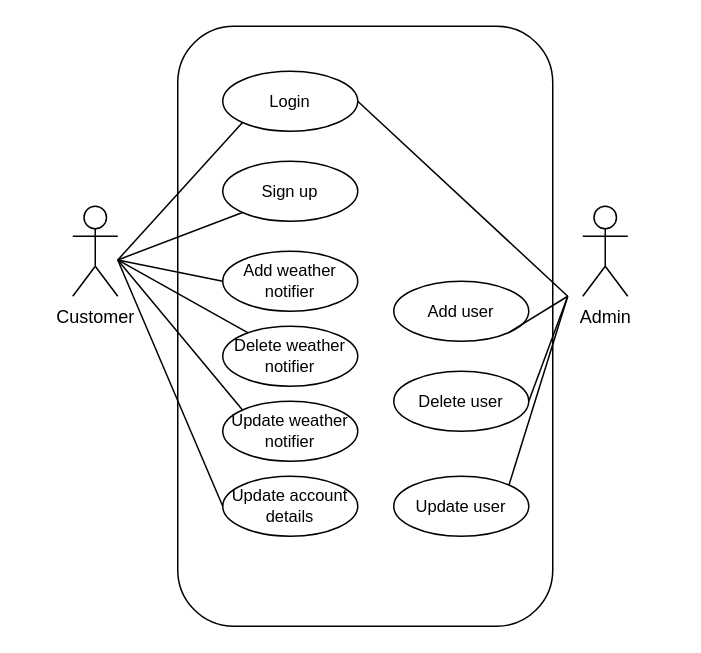
Earlier version of the draw.io diagram doc/use-case-diagram.drawio (WeatherAlertingSystem/WeatherAlerting-Backend). Source tidied: cells renumbered, new cells numbered last; positions are measured from the earlier drawing's top-left corner, leaving out a move shared by most shapes. Both pictures are drawn from the tidied source at 150%, with x=0, y=0 at pixel (72, 26).
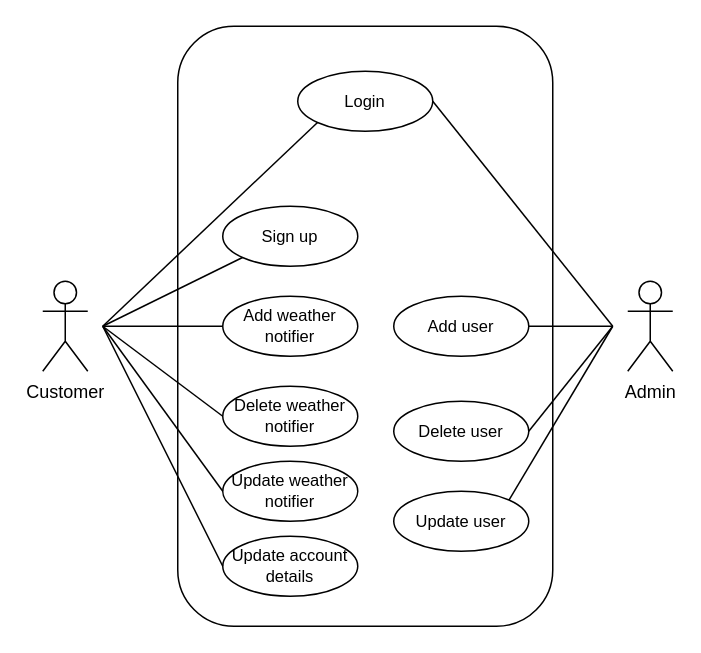
After the change.

Change to the diagram source:
```diff
@@
-    <mxCell id="2" value="Admin" style="shape=umlActor;verticalLabelPosition=bottom;verticalAlign=top;html=1;" parent="1" vertex="1">
-      <mxGeometry x="340" y="120" width="30" height="60" as="geometry" />
+    <mxCell id="2" value="Admin" style="shape=umlActor;verticalLabelPosition=bottom;verticalAlign=top;html=1;fillColor=none;" parent="1" vertex="1">
+      <mxGeometry x="370" y="170" width="30" height="60" as="geometry" />
     </mxCell>
-    <mxCell id="3" value="Customer" style="shape=umlActor;verticalLabelPosition=bottom;verticalAlign=top;html=1;" parent="1" vertex="1">
-      <mxGeometry y="120" width="30" height="60" as="geometry" />
+    <mxCell id="3" value="Customer" style="shape=umlActor;verticalLabelPosition=bottom;verticalAlign=top;html=1;gradientColor=none;fillColor=none;" parent="1" vertex="1">
+      <mxGeometry x="-20" y="170" width="30" height="60" as="geometry" />
     </mxCell>
@@
     <mxCell id="5" value="Login" style="ellipse;whiteSpace=wrap;html=1;fillColor=none;fontSize=11;" parent="1" vertex="1">
-      <mxGeometry x="100" y="30" width="90" height="40" as="geometry" />
+      <mxGeometry x="150" y="30" width="90" height="40" as="geometry" />
     </mxCell>
     <mxCell id="6" value="Sign up" style="ellipse;whiteSpace=wrap;html=1;fillColor=none;fontSize=11;" parent="1" vertex="1">
-      <mxGeometry x="100" y="90" width="90" height="40" as="geometry" />
+      <mxGeometry x="100" y="120" width="90" height="40" as="geometry" />
     </mxCell>
     <mxCell id="7" value="Add weather notifier" style="ellipse;whiteSpace=wrap;html=1;fillColor=none;fontSize=11;" parent="1" vertex="1">
-      <mxGeometry x="100" y="150" width="90" height="40" as="geometry" />
+      <mxGeometry x="100" y="180" width="90" height="40" as="geometry" />
     </mxCell>
     <mxCell id="8" value="Delete weather notifier" style="ellipse;whiteSpace=wrap;html=1;fillColor=none;fontSize=11;" parent="1" vertex="1">
-      <mxGeometry x="100" y="200" width="90" height="40" as="geometry" />
+      <mxGeometry x="100" y="240" width="90" height="40" as="geometry" />
     </mxCell>
     <mxCell id="9" value="Update weather notifier" style="ellipse;whiteSpace=wrap;html=1;fillColor=none;fontSize=11;" parent="1" vertex="1">
-      <mxGeometry x="100" y="250" width="90" height="40" as="geometry" />
+      <mxGeometry x="100" y="290" width="90" height="40" as="geometry" />
     </mxCell>
     <mxCell id="10" value="Add user" style="ellipse;whiteSpace=wrap;html=1;fillColor=none;fontSize=11;" parent="1" vertex="1">
-      <mxGeometry x="214" y="170" width="90" height="40" as="geometry" />
+      <mxGeometry x="214" y="180" width="90" height="40" as="geometry" />
     </mxCell>
     <mxCell id="11" value="Delete user" style="ellipse;whiteSpace=wrap;html=1;fillColor=none;fontSize=11;" parent="1" vertex="1">
-      <mxGeometry x="214" y="230" width="90" height="40" as="geometry" />
+      <mxGeometry x="214" y="250" width="90" height="40" as="geometry" />
     </mxCell>
     <mxCell id="12" value="Update user" style="ellipse;whiteSpace=wrap;html=1;fillColor=none;fontSize=11;" parent="1" vertex="1">
-      <mxGeometry x="214" y="300" width="90" height="40" as="geometry" />
+      <mxGeometry x="214" y="310" width="90" height="40" as="geometry" />
     </mxCell>
     <mxCell id="13" value="Update account details" style="ellipse;whiteSpace=wrap;html=1;fillColor=none;fontSize=11;" parent="1" vertex="1">
-      <mxGeometry x="100" y="300" width="90" height="40" as="geometry" />
+      <mxGeometry x="100" y="340" width="90" height="40" as="geometry" />
     </mxCell>
-    <mxCell id="14" style="endArrow=none;html=1;rounded=0;exitX=1;exitY=1;exitDx=0;exitDy=0;" parent="1" edge="1" source="10">
+    <mxCell id="14" style="endArrow=none;html=1;rounded=0;exitX=1;exitY=0.5;exitDx=0;exitDy=0;" parent="1" edge="1" source="10">
       <mxGeometry relative="1" as="geometry">
-        <mxPoint x="330" y="180" as="targetPoint" />
+        <mxPoint x="360" y="200" as="targetPoint" />
       </mxGeometry>
     </mxCell>
     <mxCell id="15" style="endArrow=none;html=1;rounded=0;exitX=1;exitY=0.5;exitDx=0;exitDy=0;" parent="1" edge="1" source="11">
       <mxGeometry relative="1" as="geometry">
-        <mxPoint x="330" y="180" as="targetPoint" />
+        <mxPoint x="360" y="200" as="targetPoint" />
       </mxGeometry>
     </mxCell>
     <mxCell id="16" style="endArrow=none;html=1;rounded=0;exitX=1;exitY=0;exitDx=0;exitDy=0;" parent="1" edge="1" source="12">
       <mxGeometry relative="1" as="geometry">
-        <mxPoint x="330" y="180" as="targetPoint" />
+        <mxPoint x="360" y="200" as="targetPoint" />
       </mxGeometry>
     </mxCell>
-    <mxCell id="17" style="endArrow=none;html=1;rounded=0;exitX=1;exitY=0;exitDx=0;exitDy=0;entryX=0;entryY=1;entryDx=0;entryDy=0;" parent="1" edge="1" target="5">
+    <mxCell id="17" style="endArrow=none;html=1;rounded=0;entryX=0;entryY=1;entryDx=0;entryDy=0;" parent="1" edge="1" target="5">
       <mxGeometry relative="1" as="geometry">
-        <mxPoint x="30" y="155.8" as="sourcePoint" />
+        <mxPoint x="20" y="200" as="sourcePoint" />
       </mxGeometry>
     </mxCell>
-    <mxCell id="18" style="endArrow=none;html=1;rounded=0;exitX=1;exitY=0;exitDx=0;exitDy=0;entryX=0;entryY=1;entryDx=0;entryDy=0;" parent="1" edge="1" target="6">
+    <mxCell id="18" style="endArrow=none;html=1;rounded=0;entryX=0;entryY=1;entryDx=0;entryDy=0;" parent="1" edge="1" target="6">
       <mxGeometry relative="1" as="geometry">
-        <mxPoint x="30" y="155.8" as="sourcePoint" />
+        <mxPoint x="20" y="200" as="sourcePoint" />
       </mxGeometry>
     </mxCell>
-    <mxCell id="19" style="endArrow=none;html=1;rounded=0;exitX=1;exitY=0;exitDx=0;exitDy=0;entryX=0;entryY=0.5;entryDx=0;entryDy=0;" parent="1" edge="1" target="7">
+    <mxCell id="19" style="endArrow=none;html=1;rounded=0;entryX=0;entryY=0.5;entryDx=0;entryDy=0;" parent="1" edge="1" target="7">
       <mxGeometry relative="1" as="geometry">
-        <mxPoint x="30" y="155.8" as="sourcePoint" />
+        <mxPoint x="20" y="200" as="sourcePoint" />
       </mxGeometry>
     </mxCell>
-    <mxCell id="20" style="endArrow=none;html=1;rounded=0;exitX=1;exitY=0;exitDx=0;exitDy=0;" parent="1" edge="1" target="8">
+    <mxCell id="20" style="endArrow=none;html=1;rounded=0;entryX=0;entryY=0.5;entryDx=0;entryDy=0;" parent="1" edge="1" target="8">
       <mxGeometry relative="1" as="geometry">
-        <mxPoint x="30" y="155.8" as="sourcePoint" />
+        <mxPoint x="20" y="200" as="sourcePoint" />
       </mxGeometry>
     </mxCell>
-    <mxCell id="21" style="endArrow=none;html=1;rounded=0;exitX=1;exitY=0;exitDx=0;exitDy=0;entryX=0;entryY=0;entryDx=0;entryDy=0;" parent="1" edge="1" target="9">
+    <mxCell id="21" style="endArrow=none;html=1;rounded=0;entryX=0;entryY=0.5;entryDx=0;entryDy=0;" parent="1" edge="1" target="9">
       <mxGeometry relative="1" as="geometry">
-        <mxPoint x="30" y="155.8" as="sourcePoint" />
+        <mxPoint x="20" y="200" as="sourcePoint" />
       </mxGeometry>
     </mxCell>
-    <mxCell id="22" style="endArrow=none;html=1;rounded=0;exitX=1;exitY=0;exitDx=0;exitDy=0;entryX=0;entryY=0.5;entryDx=0;entryDy=0;" parent="1" edge="1" target="13">
+    <mxCell id="22" style="endArrow=none;html=1;rounded=0;entryX=0;entryY=0.5;entryDx=0;entryDy=0;" parent="1" edge="1" target="13">
       <mxGeometry relative="1" as="geometry">
-        <mxPoint x="30" y="155.8" as="sourcePoint" />
+        <mxPoint x="20" y="200" as="sourcePoint" />
       </mxGeometry>
     </mxCell>
     <mxCell id="23" style="endArrow=none;html=1;rounded=0;exitX=1;exitY=0.5;exitDx=0;exitDy=0;" parent="1" edge="1" source="5">
       <mxGeometry relative="1" as="geometry">
-        <mxPoint x="330" y="180" as="targetPoint" />
+        <mxPoint x="360" y="200" as="targetPoint" />
       </mxGeometry>
     </mxCell>
```
